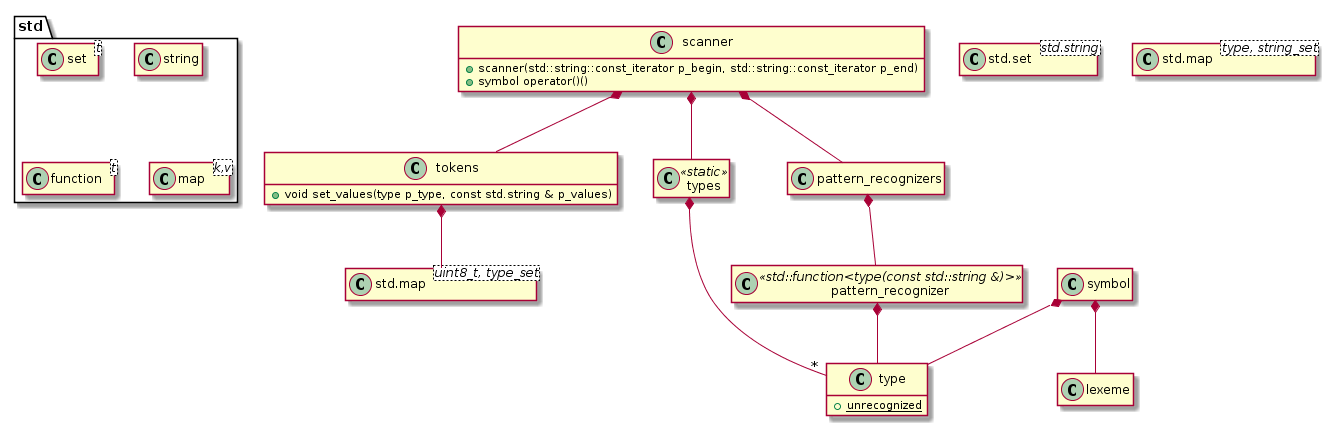
Before: code/interpreter/document/classes.png, a diagram exported from PlantUML (rodrigocanellas/tenacitas).
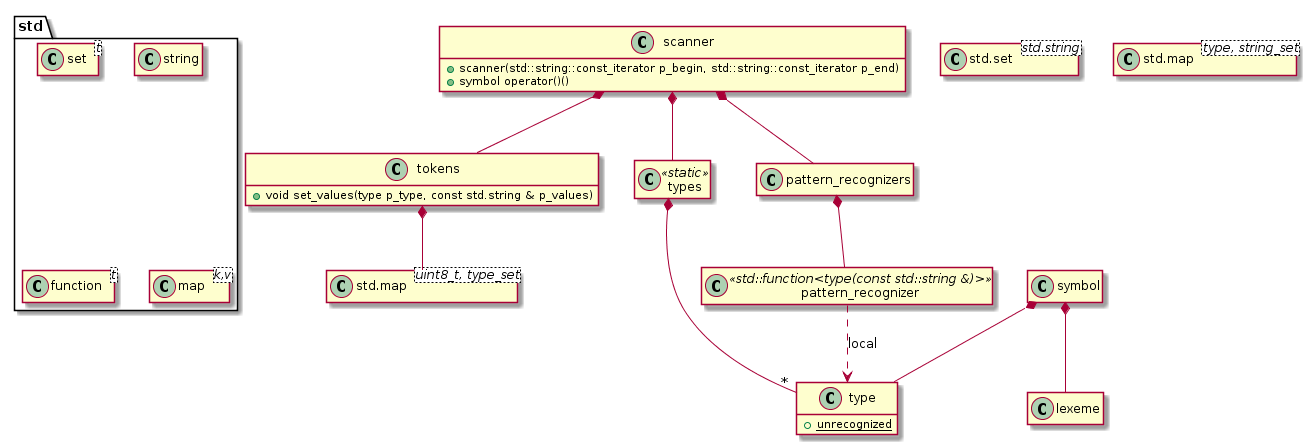
Above is the later version.

Diff of the diagram source:
```diff
@@ -36,7 +36,7 @@
 
 pattern_recognizers *-- pattern_recognizer
 
-pattern_recognizer *-- type
+pattern_recognizer ..> type : local
 
 types *-- "*" type
 
```
